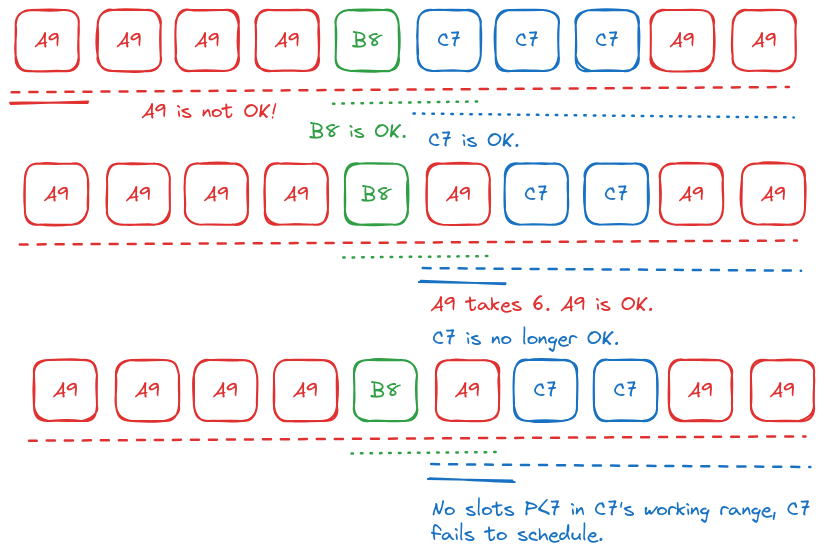
The Excalidraw diagram art/schedule/04-triage.excalidraw.png in spaghetus/pomeranian, before a commit. Source tidied: one line per element, renumbered; positions are measured from the earlier drawing's top-left corner, leaving out a move shared by most shapes. Its diagram source:
```json
{"id": 0, "type": "rectangle", "strokeColor": "#e03131", "strokeWidth": 2, "roughness": 1, "round": true, "x": 6, "y": 0, "width": 63, "height": 61}
{"id": 1, "type": "text", "text": "A9", "strokeColor": "#e03131", "strokeWidth": 2, "roughness": 1, "fontSize": 20, "fontFamily": 1, "textAlign": "center", "verticalAlign": "middle", "inside": 0, "x": 25, "y": 18, "width": 25, "height": 25}
{"id": 2, "type": "rectangle", "strokeColor": "#e03131", "strokeWidth": 2, "roughness": 1, "round": true, "x": 88, "y": 0, "width": 63, "height": 61}
{"id": 3, "type": "text", "text": "A9", "strokeColor": "#e03131", "strokeWidth": 2, "roughness": 1, "fontSize": 20, "fontFamily": 1, "textAlign": "center", "verticalAlign": "middle", "inside": 2, "x": 107, "y": 18, "width": 25, "height": 25}
{"id": 4, "type": "rectangle", "strokeColor": "#e03131", "strokeWidth": 2, "roughness": 1, "round": true, "x": 166, "y": 0, "width": 63, "height": 61}
{"id": 5, "type": "text", "text": "A9", "strokeColor": "#e03131", "strokeWidth": 2, "roughness": 1, "fontSize": 20, "fontFamily": 1, "textAlign": "center", "verticalAlign": "middle", "inside": 4, "x": 185, "y": 18, "width": 25, "height": 25}
{"id": 6, "type": "rectangle", "strokeColor": "#e03131", "strokeWidth": 2, "roughness": 1, "round": true, "x": 246, "y": 0, "width": 63, "height": 61}
{"id": 7, "type": "text", "text": "A9", "strokeColor": "#e03131", "strokeWidth": 2, "roughness": 1, "fontSize": 20, "fontFamily": 1, "textAlign": "center", "verticalAlign": "middle", "inside": 6, "x": 265, "y": 18, "width": 25, "height": 25}
{"id": 8, "type": "rectangle", "strokeColor": "#2f9e44", "strokeWidth": 2, "roughness": 1, "round": true, "x": 326, "y": 0, "width": 63, "height": 61}
{"id": 9, "type": "text", "text": "B8", "strokeColor": "#2f9e44", "strokeWidth": 2, "roughness": 1, "fontSize": 20, "fontFamily": 1, "textAlign": "center", "verticalAlign": "middle", "inside": 8, "x": 343, "y": 18, "width": 30, "height": 25}
{"id": 10, "type": "rectangle", "strokeColor": "#1971c2", "strokeWidth": 2, "roughness": 1, "round": true, "x": 408, "y": 0, "width": 63, "height": 61}
{"id": 11, "type": "text", "text": "C7", "strokeColor": "#1971c2", "strokeWidth": 2, "roughness": 1, "fontSize": 20, "fontFamily": 1, "textAlign": "center", "verticalAlign": "middle", "inside": 10, "x": 428, "y": 18, "width": 24, "height": 25}
{"id": 12, "type": "rectangle", "strokeColor": "#1971c2", "strokeWidth": 2, "roughness": 1, "round": true, "x": 486, "y": 0, "width": 63, "height": 61}
{"id": 13, "type": "text", "text": "C7", "strokeColor": "#1971c2", "strokeWidth": 2, "roughness": 1, "fontSize": 20, "fontFamily": 1, "textAlign": "center", "verticalAlign": "middle", "inside": 12, "x": 506, "y": 18, "width": 24, "height": 25}
{"id": 14, "type": "rectangle", "strokeColor": "#1971c2", "strokeWidth": 2, "roughness": 1, "round": true, "x": 566, "y": 0, "width": 63, "height": 61}
{"id": 15, "type": "text", "text": "C7", "strokeColor": "#1971c2", "strokeWidth": 2, "roughness": 1, "fontSize": 20, "fontFamily": 1, "textAlign": "center", "verticalAlign": "middle", "inside": 14, "x": 586, "y": 18, "width": 24, "height": 25}
{"id": 16, "type": "rectangle", "strokeColor": "#e03131", "strokeWidth": 2, "roughness": 1, "round": true, "x": 641, "y": 0, "width": 63, "height": 61}
{"id": 17, "type": "text", "text": "A9", "strokeColor": "#e03131", "strokeWidth": 2, "roughness": 1, "fontSize": 20, "fontFamily": 1, "textAlign": "center", "verticalAlign": "middle", "inside": 16, "x": 660, "y": 18, "width": 25, "height": 25}
{"id": 18, "type": "rectangle", "strokeColor": "#e03131", "strokeWidth": 2, "roughness": 1, "round": true, "x": 723, "y": 0, "width": 63, "height": 61}
{"id": 19, "type": "text", "text": "A9", "strokeColor": "#e03131", "strokeWidth": 2, "roughness": 1, "fontSize": 20, "fontFamily": 1, "textAlign": "center", "verticalAlign": "middle", "inside": 18, "x": 742, "y": 18, "width": 25, "height": 25}
{"id": 20, "type": "line", "strokeColor": "#e03131", "strokeWidth": 2, "strokeStyle": "dashed", "roughness": 1, "round": true, "x": 2, "y": 82, "width": 776, "height": 4, "points": [[0, 0], [776, -4]]}
{"id": 21, "type": "line", "strokeColor": "#e03131", "strokeWidth": 2, "roughness": 1, "round": true, "x": 0, "y": 94, "width": 78, "height": 3, "points": [[0, 0], [78, -3]]}
{"id": 22, "type": "line", "strokeColor": "#2f9e44", "strokeWidth": 2, "strokeStyle": "dotted", "roughness": 1, "round": true, "x": 324, "y": 94, "width": 144, "height": 3, "points": [[0, 0], [144, -3]]}
{"id": 23, "type": "line", "strokeColor": "#1971c2", "strokeWidth": 2, "strokeStyle": "dotted", "roughness": 1, "round": true, "x": 403, "y": 104, "width": 380, "height": 3, "points": [[0, 0], [380, 3]]}
{"id": 24, "type": "text", "text": "C7 is OK.", "strokeColor": "#1971c2", "strokeWidth": 2, "roughness": 1, "fontSize": 20, "fontFamily": 1, "x": 419, "y": 118, "width": 91, "height": 25}
{"id": 25, "type": "rectangle", "strokeColor": "#e03131", "strokeWidth": 2, "roughness": 1, "round": true, "x": 15, "y": 154, "width": 63, "height": 61}
{"id": 26, "type": "text", "text": "A9", "strokeColor": "#e03131", "strokeWidth": 2, "roughness": 1, "fontSize": 20, "fontFamily": 1, "textAlign": "center", "verticalAlign": "middle", "inside": 25, "x": 34, "y": 172, "width": 25, "height": 25}
{"id": 27, "type": "rectangle", "strokeColor": "#e03131", "strokeWidth": 2, "roughness": 1, "round": true, "x": 97, "y": 154, "width": 63, "height": 61}
{"id": 28, "type": "text", "text": "A9", "strokeColor": "#e03131", "strokeWidth": 2, "roughness": 1, "fontSize": 20, "fontFamily": 1, "textAlign": "center", "verticalAlign": "middle", "inside": 27, "x": 116, "y": 172, "width": 25, "height": 25}
{"id": 29, "type": "rectangle", "strokeColor": "#e03131", "strokeWidth": 2, "roughness": 1, "round": true, "x": 175, "y": 154, "width": 63, "height": 61}
{"id": 30, "type": "text", "text": "A9", "strokeColor": "#e03131", "strokeWidth": 2, "roughness": 1, "fontSize": 20, "fontFamily": 1, "textAlign": "center", "verticalAlign": "middle", "inside": 29, "x": 194, "y": 172, "width": 25, "height": 25}
{"id": 31, "type": "rectangle", "strokeColor": "#e03131", "strokeWidth": 2, "roughness": 1, "round": true, "x": 255, "y": 154, "width": 63, "height": 61}
{"id": 32, "type": "text", "text": "A9", "strokeColor": "#e03131", "strokeWidth": 2, "roughness": 1, "fontSize": 20, "fontFamily": 1, "textAlign": "center", "verticalAlign": "middle", "inside": 31, "x": 274, "y": 172, "width": 25, "height": 25}
{"id": 33, "type": "rectangle", "strokeColor": "#2f9e44", "strokeWidth": 2, "roughness": 1, "round": true, "x": 335, "y": 154, "width": 63, "height": 61}
{"id": 34, "type": "text", "text": "B8", "strokeColor": "#2f9e44", "strokeWidth": 2, "roughness": 1, "fontSize": 20, "fontFamily": 1, "textAlign": "center", "verticalAlign": "middle", "inside": 33, "x": 352, "y": 172, "width": 30, "height": 25}
{"id": 35, "type": "rectangle", "strokeColor": "#e03131", "strokeWidth": 2, "roughness": 1, "round": true, "x": 417, "y": 154, "width": 63, "height": 61}
{"id": 36, "type": "text", "text": "A9", "strokeColor": "#e03131", "strokeWidth": 2, "roughness": 1, "fontSize": 20, "fontFamily": 1, "textAlign": "center", "verticalAlign": "middle", "inside": 35, "x": 436, "y": 172, "width": 25, "height": 25}
{"id": 37, "type": "rectangle", "strokeColor": "#1971c2", "strokeWidth": 2, "roughness": 1, "round": true, "x": 495, "y": 154, "width": 63, "height": 61}
{"id": 38, "type": "text", "text": "C7", "strokeColor": "#1971c2", "strokeWidth": 2, "roughness": 1, "fontSize": 20, "fontFamily": 1, "textAlign": "center", "verticalAlign": "middle", "inside": 37, "x": 515, "y": 172, "width": 24, "height": 25}
{"id": 39, "type": "rectangle", "strokeColor": "#1971c2", "strokeWidth": 2, "roughness": 1, "round": true, "x": 575, "y": 154, "width": 63, "height": 61}
{"id": 40, "type": "text", "text": "C7", "strokeColor": "#1971c2", "strokeWidth": 2, "roughness": 1, "fontSize": 20, "fontFamily": 1, "textAlign": "center", "verticalAlign": "middle", "inside": 39, "x": 595, "y": 172, "width": 24, "height": 25}
{"id": 41, "type": "rectangle", "strokeColor": "#e03131", "strokeWidth": 2, "roughness": 1, "round": true, "x": 650, "y": 154, "width": 63, "height": 61}
{"id": 42, "type": "text", "text": "A9", "strokeColor": "#e03131", "strokeWidth": 2, "roughness": 1, "fontSize": 20, "fontFamily": 1, "textAlign": "center", "verticalAlign": "middle", "inside": 41, "x": 669, "y": 172, "width": 25, "height": 25}
{"id": 43, "type": "rectangle", "strokeColor": "#e03131", "strokeWidth": 2, "roughness": 1, "round": true, "x": 732, "y": 154, "width": 63, "height": 61}
{"id": 44, "type": "text", "text": "A9", "strokeColor": "#e03131", "strokeWidth": 2, "roughness": 1, "fontSize": 20, "fontFamily": 1, "textAlign": "center", "verticalAlign": "middle", "inside": 43, "x": 751, "y": 172, "width": 25, "height": 25}
{"id": 45, "type": "line", "strokeColor": "#e03131", "strokeWidth": 2, "strokeStyle": "dashed", "roughness": 1, "round": true, "x": 11, "y": 235, "width": 776, "height": 4, "points": [[0, 0], [776, -4]]}
{"id": 46, "type": "line", "strokeColor": "#2f9e44", "strokeWidth": 2, "strokeStyle": "dotted", "roughness": 1, "round": true, "x": 333, "y": 248, "width": 144, "height": 3, "points": [[0, 0], [144, -3]]}
{"id": 47, "type": "line", "strokeColor": "#1971c2", "strokeWidth": 2, "strokeStyle": "dashed", "roughness": 1, "round": true, "x": 412, "y": 257, "width": 380, "height": 3, "points": [[0, 0], [380, 3]]}
{"id": 48, "type": "text", "text": "A9 takes 6. A9 is OK.", "strokeColor": "#e03131", "strokeWidth": 2, "roughness": 1, "fontSize": 20, "fontFamily": 1, "x": 421, "y": 282, "width": 223, "height": 25}
{"id": 49, "type": "text", "text": "C7 is no longer OK.", "strokeColor": "#1971c2", "strokeWidth": 2, "strokeStyle": "dotted", "roughness": 1, "fontSize": 20, "fontFamily": 1, "x": 423, "y": 316, "width": 187, "height": 25}
{"id": 50, "type": "text", "text": "B8 is OK.", "strokeColor": "#2f9e44", "strokeWidth": 2, "strokeStyle": "dotted", "roughness": 1, "fontSize": 20, "fontFamily": 1, "x": 300, "y": 109, "width": 97, "height": 25}
{"id": 51, "type": "line", "strokeColor": "#1971c2", "strokeWidth": 2, "roughness": 1, "round": true, "x": 410, "y": 272, "width": 85, "height": 2, "points": [[0, 0], [85, 2]]}
{"id": 52, "type": "text", "text": "A9 is not OK!", "strokeColor": "#e03131", "strokeWidth": 2, "roughness": 1, "fontSize": 20, "fontFamily": 1, "x": 132, "y": 89, "width": 135, "height": 25}
{"id": 53, "type": "rectangle", "strokeColor": "#e03131", "strokeWidth": 2, "roughness": 1, "round": true, "x": 24, "y": 350, "width": 63, "height": 61}
{"id": 54, "type": "text", "text": "A9", "strokeColor": "#e03131", "strokeWidth": 2, "roughness": 1, "fontSize": 20, "fontFamily": 1, "textAlign": "center", "verticalAlign": "middle", "inside": 53, "x": 43, "y": 368, "width": 25, "height": 25}
{"id": 55, "type": "rectangle", "strokeColor": "#e03131", "strokeWidth": 2, "roughness": 1, "round": true, "x": 106, "y": 350, "width": 63, "height": 61}
{"id": 56, "type": "text", "text": "A9", "strokeColor": "#e03131", "strokeWidth": 2, "roughness": 1, "fontSize": 20, "fontFamily": 1, "textAlign": "center", "verticalAlign": "middle", "inside": 55, "x": 125, "y": 368, "width": 25, "height": 25}
{"id": 57, "type": "rectangle", "strokeColor": "#e03131", "strokeWidth": 2, "roughness": 1, "round": true, "x": 184, "y": 350, "width": 63, "height": 61}
{"id": 58, "type": "text", "text": "A9", "strokeColor": "#e03131", "strokeWidth": 2, "roughness": 1, "fontSize": 20, "fontFamily": 1, "textAlign": "center", "verticalAlign": "middle", "inside": 57, "x": 203, "y": 368, "width": 25, "height": 25}
{"id": 59, "type": "rectangle", "strokeColor": "#e03131", "strokeWidth": 2, "roughness": 1, "round": true, "x": 264, "y": 350, "width": 63, "height": 61}
{"id": 60, "type": "text", "text": "A9", "strokeColor": "#e03131", "strokeWidth": 2, "roughness": 1, "fontSize": 20, "fontFamily": 1, "textAlign": "center", "verticalAlign": "middle", "inside": 59, "x": 283, "y": 368, "width": 25, "height": 25}
{"id": 61, "type": "rectangle", "strokeColor": "#2f9e44", "strokeWidth": 2, "roughness": 1, "round": true, "x": 344, "y": 350, "width": 63, "height": 61}
{"id": 62, "type": "text", "text": "B8", "strokeColor": "#2f9e44", "strokeWidth": 2, "roughness": 1, "fontSize": 20, "fontFamily": 1, "textAlign": "center", "verticalAlign": "middle", "inside": 61, "x": 361, "y": 368, "width": 30, "height": 25}
{"id": 63, "type": "rectangle", "strokeColor": "#e03131", "strokeWidth": 2, "roughness": 1, "round": true, "x": 426, "y": 350, "width": 63, "height": 61}
{"id": 64, "type": "text", "text": "A9", "strokeColor": "#e03131", "strokeWidth": 2, "roughness": 1, "fontSize": 20, "fontFamily": 1, "textAlign": "center", "verticalAlign": "middle", "inside": 63, "x": 445, "y": 368, "width": 25, "height": 25}
{"id": 65, "type": "rectangle", "strokeColor": "#1971c2", "strokeWidth": 2, "roughness": 1, "round": true, "x": 504, "y": 350, "width": 63, "height": 61}
{"id": 66, "type": "text", "text": "C7", "strokeColor": "#1971c2", "strokeWidth": 2, "roughness": 1, "fontSize": 20, "fontFamily": 1, "textAlign": "center", "verticalAlign": "middle", "inside": 65, "x": 524, "y": 368, "width": 24, "height": 25}
{"id": 67, "type": "rectangle", "strokeColor": "#1971c2", "strokeWidth": 2, "roughness": 1, "round": true, "x": 584, "y": 350, "width": 63, "height": 61}
{"id": 68, "type": "text", "text": "C7", "strokeColor": "#1971c2", "strokeWidth": 2, "roughness": 1, "fontSize": 20, "fontFamily": 1, "textAlign": "center", "verticalAlign": "middle", "inside": 67, "x": 604, "y": 368, "width": 24, "height": 25}
{"id": 69, "type": "rectangle", "strokeColor": "#e03131", "strokeWidth": 2, "roughness": 1, "round": true, "x": 659, "y": 350, "width": 63, "height": 61}
{"id": 70, "type": "text", "text": "A9", "strokeColor": "#e03131", "strokeWidth": 2, "roughness": 1, "fontSize": 20, "fontFamily": 1, "textAlign": "center", "verticalAlign": "middle", "inside": 69, "x": 678, "y": 368, "width": 25, "height": 25}
{"id": 71, "type": "rectangle", "strokeColor": "#e03131", "strokeWidth": 2, "roughness": 1, "round": true, "x": 741, "y": 350, "width": 63, "height": 61}
{"id": 72, "type": "text", "text": "A9", "strokeColor": "#e03131", "strokeWidth": 2, "roughness": 1, "fontSize": 20, "fontFamily": 1, "textAlign": "center", "verticalAlign": "middle", "inside": 71, "x": 760, "y": 368, "width": 25, "height": 25}
{"id": 73, "type": "line", "strokeColor": "#e03131", "strokeWidth": 2, "strokeStyle": "dashed", "roughness": 1, "round": true, "x": 20, "y": 431, "width": 776, "height": 4, "points": [[0, 0], [776, -4]]}
{"id": 74, "type": "line", "strokeColor": "#2f9e44", "strokeWidth": 2, "strokeStyle": "dotted", "roughness": 1, "round": true, "x": 342, "y": 444, "width": 144, "height": 3, "points": [[0, 0], [144, -3]]}
{"id": 75, "type": "line", "strokeColor": "#1971c2", "strokeWidth": 2, "strokeStyle": "dashed", "roughness": 1, "round": true, "x": 421, "y": 453, "width": 380, "height": 3, "points": [[0, 0], [380, 3]]}
{"id": 76, "type": "line", "strokeColor": "#1971c2", "strokeWidth": 2, "roughness": 1, "round": true, "x": 419, "y": 469, "width": 85, "height": 2, "points": [[0, 0], [85, 2]]}
{"id": 77, "type": "text", "text": "No slots P<7 in C7's working range, C7\nfails to schedule.", "strokeColor": "#1971c2", "strokeWidth": 2, "roughness": 1, "fontSize": 20, "fontFamily": 1, "x": 422, "y": 487, "width": 379, "height": 50}
```
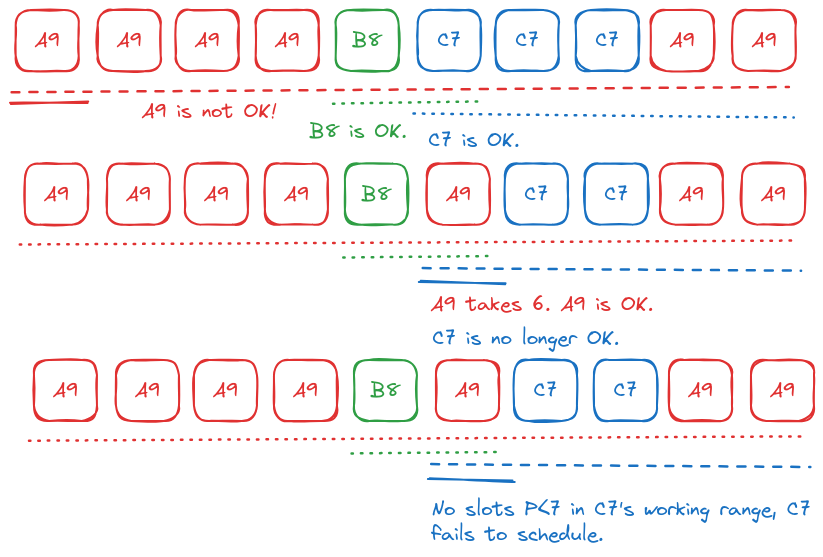
After the commit.

Commit message:
fix dotted lines

The edit, as a diff of the source:
```diff
@@ -43,7 +43,7 @@
 {"id": 42, "type": "text", "text": "A9", "strokeColor": "#e03131", "strokeWidth": 2, "roughness": 1, "fontSize": 20, "fontFamily": 1, "textAlign": "center", "verticalAlign": "middle", "inside": 41, "x": 669, "y": 172, "width": 25, "height": 25}
 {"id": 43, "type": "rectangle", "strokeColor": "#e03131", "strokeWidth": 2, "roughness": 1, "round": true, "x": 732, "y": 154, "width": 63, "height": 61}
 {"id": 44, "type": "text", "text": "A9", "strokeColor": "#e03131", "strokeWidth": 2, "roughness": 1, "fontSize": 20, "fontFamily": 1, "textAlign": "center", "verticalAlign": "middle", "inside": 43, "x": 751, "y": 172, "width": 25, "height": 25}
-{"id": 45, "type": "line", "strokeColor": "#e03131", "strokeWidth": 2, "strokeStyle": "dashed", "roughness": 1, "round": true, "x": 11, "y": 235, "width": 776, "height": 4, "points": [[0, 0], [776, -4]]}
+{"id": 45, "type": "line", "strokeColor": "#e03131", "strokeWidth": 2, "strokeStyle": "dotted", "roughness": 1, "round": true, "x": 11, "y": 235, "width": 776, "height": 4, "points": [[0, 0], [776, -4]]}
 {"id": 46, "type": "line", "strokeColor": "#2f9e44", "strokeWidth": 2, "strokeStyle": "dotted", "roughness": 1, "round": true, "x": 333, "y": 248, "width": 144, "height": 3, "points": [[0, 0], [144, -3]]}
 {"id": 47, "type": "line", "strokeColor": "#1971c2", "strokeWidth": 2, "strokeStyle": "dashed", "roughness": 1, "round": true, "x": 412, "y": 257, "width": 380, "height": 3, "points": [[0, 0], [380, 3]]}
 {"id": 48, "type": "text", "text": "A9 takes 6. A9 is OK.", "strokeColor": "#e03131", "strokeWidth": 2, "roughness": 1, "fontSize": 20, "fontFamily": 1, "x": 421, "y": 282, "width": 223, "height": 25}
@@ -71,7 +71,7 @@
 {"id": 70, "type": "text", "text": "A9", "strokeColor": "#e03131", "strokeWidth": 2, "roughness": 1, "fontSize": 20, "fontFamily": 1, "textAlign": "center", "verticalAlign": "middle", "inside": 69, "x": 678, "y": 368, "width": 25, "height": 25}
 {"id": 71, "type": "rectangle", "strokeColor": "#e03131", "strokeWidth": 2, "roughness": 1, "round": true, "x": 741, "y": 350, "width": 63, "height": 61}
 {"id": 72, "type": "text", "text": "A9", "strokeColor": "#e03131", "strokeWidth": 2, "roughness": 1, "fontSize": 20, "fontFamily": 1, "textAlign": "center", "verticalAlign": "middle", "inside": 71, "x": 760, "y": 368, "width": 25, "height": 25}
-{"id": 73, "type": "line", "strokeColor": "#e03131", "strokeWidth": 2, "strokeStyle": "dashed", "roughness": 1, "round": true, "x": 20, "y": 431, "width": 776, "height": 4, "points": [[0, 0], [776, -4]]}
+{"id": 73, "type": "line", "strokeColor": "#e03131", "strokeWidth": 2, "strokeStyle": "dotted", "roughness": 1, "round": true, "x": 20, "y": 431, "width": 776, "height": 4, "points": [[0, 0], [776, -4]]}
 {"id": 74, "type": "line", "strokeColor": "#2f9e44", "strokeWidth": 2, "strokeStyle": "dotted", "roughness": 1, "round": true, "x": 342, "y": 444, "width": 144, "height": 3, "points": [[0, 0], [144, -3]]}
 {"id": 75, "type": "line", "strokeColor": "#1971c2", "strokeWidth": 2, "strokeStyle": "dashed", "roughness": 1, "round": true, "x": 421, "y": 453, "width": 380, "height": 3, "points": [[0, 0], [380, 3]]}
 {"id": 76, "type": "line", "strokeColor": "#1971c2", "strokeWidth": 2, "roughness": 1, "round": true, "x": 419, "y": 469, "width": 85, "height": 2, "points": [[0, 0], [85, 2]]}
```
